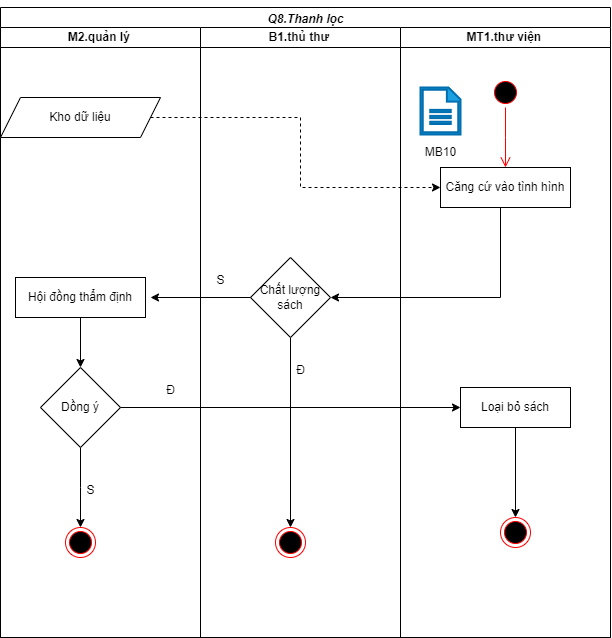
The draw.io diagram bài tap lớn/Biểu đồ hoạt động-Thanh lọc.drawio.png in vqh17062001/PTTKHT, before a commit. Source tidied: cells renumbered, new cells last; positions are measured from the earlier drawing's top-left corner, leaving out a move shared by most shapes.
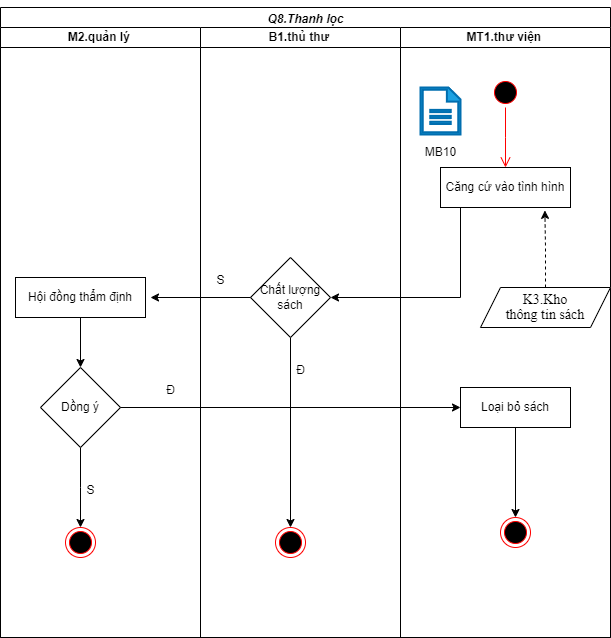
The same file after the commit.

What changed in the source:
```diff
@@ -8,9 +8,6 @@
     <mxCell id="3" value="&lt;b&gt;M2.quản lý&amp;nbsp;&lt;/b&gt;" style="swimlane;startSize=20;html=1;" parent="2" vertex="1">
       <mxGeometry y="20" width="200" height="610" as="geometry" />
     </mxCell>
-    <mxCell id="4" value="Kho dữ liệu" style="shape=parallelogram;perimeter=parallelogramPerimeter;whiteSpace=wrap;html=1;fixedSize=1;" parent="3" vertex="1">
-      <mxGeometry y="70" width="160" height="40" as="geometry" />
-    </mxCell>
     <mxCell id="5" style="edgeStyle=orthogonalEdgeStyle;rounded=0;jettySize=auto;html=1;" parent="3" edge="1" source="6">
       <mxGeometry relative="1" as="geometry">
         <mxPoint x="80" y="500" as="targetPoint" />
@@ -43,6 +40,11 @@
     <mxCell id="14" value="&lt;b&gt;MT1.thư viện&amp;nbsp;&lt;/b&gt;" style="swimlane;startSize=20;html=1;" parent="2" vertex="1">
       <mxGeometry x="400" y="20" width="210" height="610" as="geometry" />
     </mxCell>
+    <mxCell id="31" style="edgeStyle=orthogonalEdgeStyle;rounded=0;jettySize=auto;html=1;exitX=0.75;exitY=1;exitDx=0;exitDy=0;" parent="14" edge="1" source="15">
+      <mxGeometry relative="1" as="geometry">
+        <mxPoint x="137.5" y="180.1" as="targetPoint" />
+      </mxGeometry>
+    </mxCell>
     <mxCell id="15" value="Căng cứ vào tình hình" style="rounded=0;whiteSpace=wrap;html=1;" parent="14" vertex="1">
       <mxGeometry x="40" y="140" width="130" height="40" as="geometry" />
     </mxCell>
@@ -61,13 +63,16 @@
     <mxCell id="20" value="MB10" style="text;html=1;align=center;verticalAlign=middle;strokeColor=none;fillColor=none;" parent="14" vertex="1">
       <mxGeometry x="15" y="110" width="50" height="30" as="geometry" />
     </mxCell>
+    <mxCell id="4" value="&lt;span style=&quot;line-height: 107%; font-family: &amp;quot;Times New Roman&amp;quot;, serif;&quot; lang=&quot;VI&quot;&gt;&lt;font style=&quot;font-size: 14px;&quot;&gt;K3.Kho&lt;br/&gt;thông tin sách&lt;/font&gt;&lt;/span&gt;" style="shape=parallelogram;perimeter=parallelogramPerimeter;whiteSpace=wrap;html=1;fixedSize=1;" parent="14" vertex="1">
+      <mxGeometry x="80" y="260" width="130" height="40" as="geometry" />
+    </mxCell>
-    <mxCell id="21" style="edgeStyle=orthogonalEdgeStyle;rounded=0;jettySize=auto;html=1;entryX=0;entryY=0.5;entryDx=0;entryDy=0;dashed=1;" parent="2" edge="1" source="4" target="15">
+    <mxCell id="21" style="edgeStyle=orthogonalEdgeStyle;rounded=0;jettySize=auto;html=1;dashed=1;entryX=0.803;entryY=1.072;entryDx=0;entryDy=0;entryPerimeter=0;" parent="14" edge="1" source="4" target="15">
       <mxGeometry relative="1" as="geometry" />
     </mxCell>
     <mxCell id="22" style="edgeStyle=orthogonalEdgeStyle;rounded=0;jettySize=auto;html=1;entryX=1;entryY=0.5;entryDx=0;entryDy=0;" parent="2" edge="1" source="15" target="12">
       <mxGeometry relative="1" as="geometry">
         <Array as="points">
-          <mxPoint x="500" y="290" />
+          <mxPoint x="460" y="290" />
         </Array>
       </mxGeometry>
     </mxCell>
```
